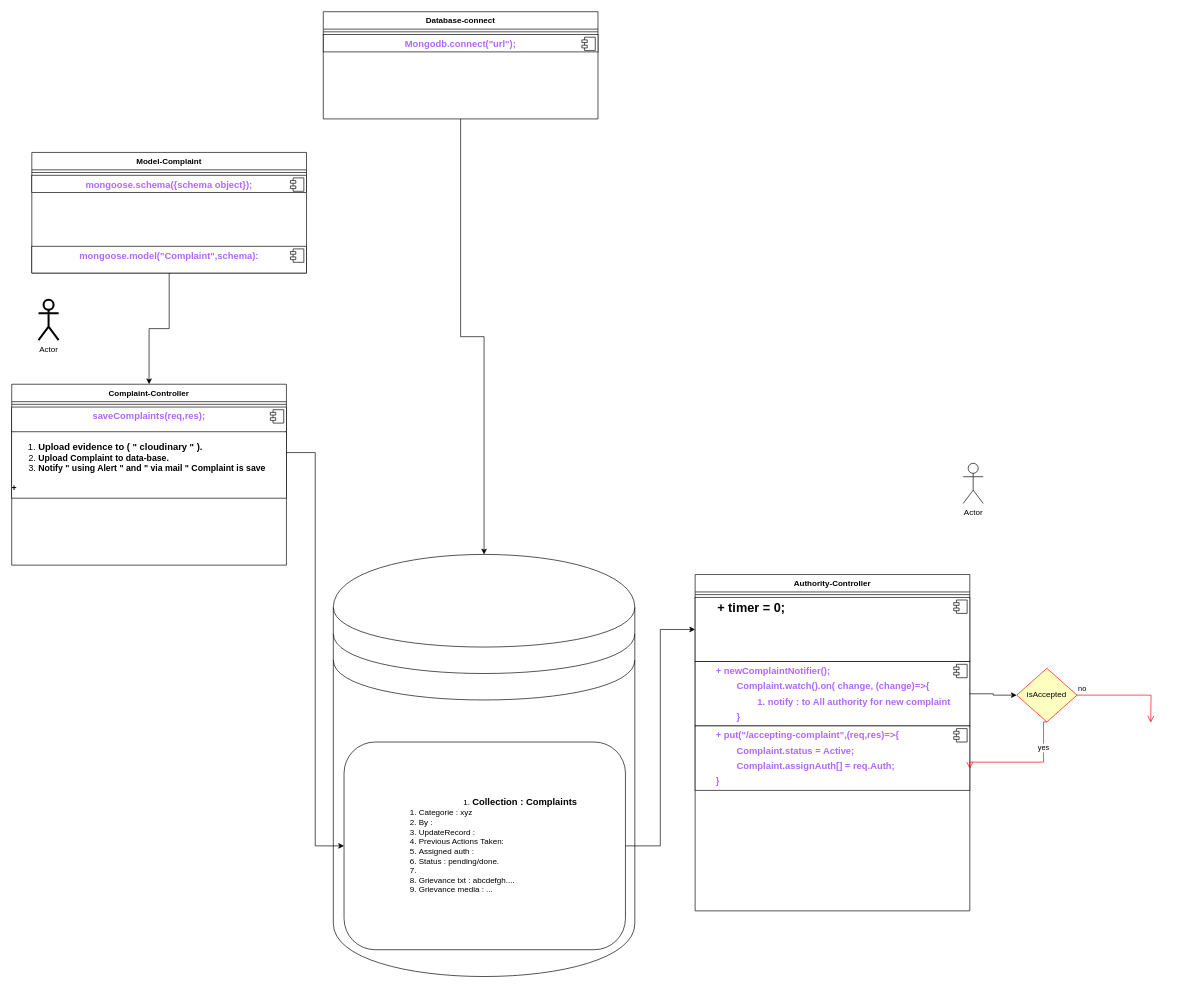
Earlier version of the draw.io diagram Grievance.drawio (sahil-verma-9696/clg-proj). Source tidied: cells renumbered, new cells numbered last; positions are measured from the earlier drawing's top-left corner, leaving out a move shared by most shapes. Both pictures are drawn from the tidied source at 67%, with x=0, y=0 at pixel (11, 11).
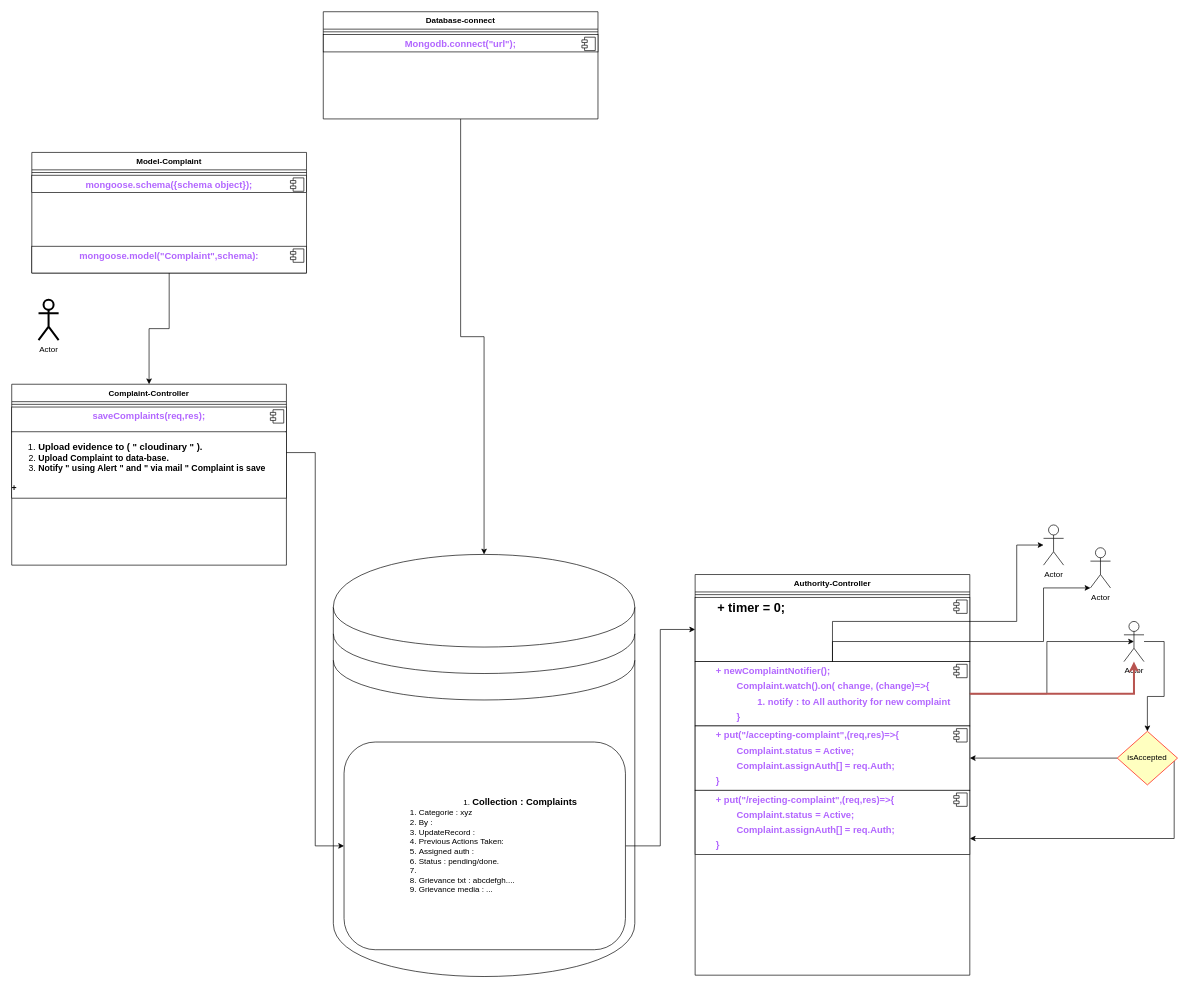
The same page after the edit.

The change refers to these unchanged cells:
```xml
<mxCell id="33" value="&lt;p style=&quot;margin: 6px 0px 0px;&quot;&gt;&lt;font color=&quot;#b266ff&quot;&gt;&lt;span style=&quot;font-size: 14px;&quot;&gt;&lt;b&gt;&lt;span style=&quot;white-space: pre;&quot;&gt;&#9;&lt;/span&gt;+ newComplaintNotifier();&lt;/b&gt;&lt;/span&gt;&lt;/font&gt;&lt;/p&gt;&lt;p style=&quot;margin: 6px 0px 0px;&quot;&gt;&lt;b style=&quot;font-size: 14px; color: rgb(178, 102, 255); background-color: initial;&quot;&gt;&lt;span style=&quot;white-space: pre;&quot;&gt;&#9;&lt;/span&gt;&lt;span style=&quot;white-space: pre;&quot;&gt;&#9;&lt;/span&gt;Complaint.watch().on( change, (change)=&amp;gt;{&lt;/b&gt;&lt;/p&gt;&lt;p style=&quot;margin: 6px 0px 0px;&quot;&gt;&lt;b style=&quot;font-size: 14px; color: rgb(178, 102, 255); background-color: initial;&quot;&gt;&lt;span style=&quot;white-space: pre;&quot;&gt;&#9;&lt;/span&gt;&lt;span style=&quot;white-space: pre;&quot;&gt;&#9;&lt;/span&gt;&lt;span style=&quot;white-space: pre;&quot;&gt;&#9;&lt;/span&gt;1. notify : to All authority for new complaint&lt;/b&gt;&lt;/p&gt;&lt;p style=&quot;margin: 6px 0px 0px;&quot;&gt;&lt;b style=&quot;font-size: 14px; color: rgb(178, 102, 255); background-color: initial;&quot;&gt;&lt;span style=&quot;white-space: pre;&quot;&gt;&#9;&lt;/span&gt;&lt;span style=&quot;white-space: pre;&quot;&gt;&#9;&lt;/span&gt;}&lt;/b&gt;&lt;/p&gt;&lt;p style=&quot;text-align: left; margin: 6px 0px 0px;&quot;&gt;&lt;/p&gt;&lt;p style=&quot;text-align: left; margin: 6px 0px 0px;&quot;&gt;&lt;/p&gt;&lt;p style=&quot;text-align: left; margin: 6px 0px 0px;&quot;&gt;&lt;/p&gt;" style="align=left;overflow=fill;html=1;whiteSpace=wrap;" parent="28" vertex="1">
  <mxGeometry y="130" width="410" height="96" as="geometry" />
</mxCell>
<mxCell id="35" value="&lt;p style=&quot;text-align: left; margin: 6px 0px 0px;&quot;&gt;&lt;font color=&quot;#b266ff&quot;&gt;&lt;span style=&quot;font-size: 14px;&quot;&gt;&lt;b&gt;&lt;span style=&quot;white-space: pre;&quot;&gt;&#9;&lt;/span&gt;+ put(&quot;/accepting-complaint&quot;,(req,res)=&amp;gt;{&lt;/b&gt;&lt;/span&gt;&lt;/font&gt;&lt;/p&gt;&lt;p style=&quot;text-align: left; margin: 6px 0px 0px;&quot;&gt;&lt;font color=&quot;#b266ff&quot;&gt;&lt;span style=&quot;font-size: 14px;&quot;&gt;&lt;b&gt;&lt;span style=&quot;white-space: pre;&quot;&gt;&#9;&lt;/span&gt;&lt;span style=&quot;white-space: pre;&quot;&gt;&#9;&lt;/span&gt;Complaint.status = Active;&lt;br&gt;&lt;/b&gt;&lt;/span&gt;&lt;/font&gt;&lt;/p&gt;&lt;p style=&quot;text-align: left; margin: 6px 0px 0px;&quot;&gt;&lt;font color=&quot;#b266ff&quot;&gt;&lt;span style=&quot;font-size: 14px;&quot;&gt;&lt;b&gt;&lt;span style=&quot;white-space: pre;&quot;&gt;&#9;&lt;/span&gt;&lt;span style=&quot;white-space: pre;&quot;&gt;&#9;&lt;/span&gt;Complaint.assignAuth[] = req.Auth;&lt;br&gt;&lt;/b&gt;&lt;/span&gt;&lt;/font&gt;&lt;/p&gt;&lt;p style=&quot;text-align: left; margin: 6px 0px 0px;&quot;&gt;&lt;font color=&quot;#b266ff&quot;&gt;&lt;span style=&quot;font-size: 14px;&quot;&gt;&lt;b&gt;&lt;span style=&quot;white-space: pre;&quot;&gt;&#9;&lt;/span&gt;}&lt;/b&gt;&lt;/span&gt;&lt;/font&gt;&lt;/p&gt;&lt;p style=&quot;text-align: left; margin: 6px 0px 0px;&quot;&gt;&lt;/p&gt;&lt;p style=&quot;text-align: left; margin: 6px 0px 0px;&quot;&gt;&lt;/p&gt;&lt;p style=&quot;text-align: left; margin: 6px 0px 0px;&quot;&gt;&lt;/p&gt;" style="align=left;overflow=fill;html=1;whiteSpace=wrap;" parent="28" vertex="1">
  <mxGeometry y="226" width="410" height="96" as="geometry" />
</mxCell>
```

Diff of the diagram source:
```diff
@@
     <mxCell id="28" value="&lt;font style=&quot;font-size: 12px;&quot;&gt;Authority-Controller&lt;/font&gt;" style="swimlane;fontStyle=1;align=center;verticalAlign=top;horizontal=1;startSize=26;whiteSpace=wrap;html=1;" parent="1" vertex="1">
-      <mxGeometry x="1020" y="840" width="410" height="502" as="geometry" />
+      <mxGeometry x="1020" y="840" width="410" height="598" as="geometry" />
     </mxCell>
@@
+    <mxCell id="44" value="&lt;p style=&quot;text-align: left; margin: 6px 0px 0px;&quot;&gt;&lt;font color=&quot;#b266ff&quot;&gt;&lt;span style=&quot;font-size: 14px;&quot;&gt;&lt;b&gt;&lt;span style=&quot;white-space: pre;&quot;&gt;&#9;&lt;/span&gt;+ put(&quot;/rejecting-complaint&quot;,(req,res)=&amp;gt;{&lt;/b&gt;&lt;/span&gt;&lt;/font&gt;&lt;/p&gt;&lt;p style=&quot;text-align: left; margin: 6px 0px 0px;&quot;&gt;&lt;font color=&quot;#b266ff&quot;&gt;&lt;span style=&quot;font-size: 14px;&quot;&gt;&lt;b&gt;&lt;span style=&quot;white-space: pre;&quot;&gt;&#9;&lt;/span&gt;&lt;span style=&quot;white-space: pre;&quot;&gt;&#9;&lt;/span&gt;Complaint.status = Active;&lt;br&gt;&lt;/b&gt;&lt;/span&gt;&lt;/font&gt;&lt;/p&gt;&lt;p style=&quot;text-align: left; margin: 6px 0px 0px;&quot;&gt;&lt;font color=&quot;#b266ff&quot;&gt;&lt;span style=&quot;font-size: 14px;&quot;&gt;&lt;b&gt;&lt;span style=&quot;white-space: pre;&quot;&gt;&#9;&lt;/span&gt;&lt;span style=&quot;white-space: pre;&quot;&gt;&#9;&lt;/span&gt;Complaint.assignAuth[] = req.Auth;&lt;br&gt;&lt;/b&gt;&lt;/span&gt;&lt;/font&gt;&lt;/p&gt;&lt;p style=&quot;text-align: left; margin: 6px 0px 0px;&quot;&gt;&lt;font color=&quot;#b266ff&quot;&gt;&lt;span style=&quot;font-size: 14px;&quot;&gt;&lt;b&gt;&lt;span style=&quot;white-space: pre;&quot;&gt;&#9;&lt;/span&gt;}&lt;/b&gt;&lt;/span&gt;&lt;/font&gt;&lt;/p&gt;&lt;p style=&quot;text-align: left; margin: 6px 0px 0px;&quot;&gt;&lt;/p&gt;&lt;p style=&quot;text-align: left; margin: 6px 0px 0px;&quot;&gt;&lt;/p&gt;&lt;p style=&quot;text-align: left; margin: 6px 0px 0px;&quot;&gt;&lt;/p&gt;" style="align=left;overflow=fill;html=1;whiteSpace=wrap;" parent="28" vertex="1">
+      <mxGeometry y="322" width="410" height="96" as="geometry" />
+    </mxCell>
+    <mxCell id="45" style="shape=component;jettyWidth=8;jettyHeight=4;" parent="44" vertex="1">
+      <mxGeometry x="1" width="20" height="20" relative="1" as="geometry">
+        <mxPoint x="-24" y="4" as="offset" />
+      </mxGeometry>
+    </mxCell>
     <mxCell id="37" value="&lt;div style=&quot;&quot;&gt;&lt;div&gt;&lt;span style=&quot;font-size: 14px;&quot;&gt;&lt;br&gt;&lt;/span&gt;&lt;/div&gt;&lt;/div&gt;" style="text;strokeColor=none;fillColor=none;align=left;verticalAlign=top;spacingLeft=4;spacingRight=4;overflow=hidden;points=[[0,0.5],[1,0.5]];portConstraint=eastwest;whiteSpace=wrap;html=1;" parent="28" vertex="1">
-      <mxGeometry y="322" width="410" height="180" as="geometry" />
+      <mxGeometry y="418" width="410" height="180" as="geometry" />
     </mxCell>
@@
     <mxCell id="39" value="Actor" style="shape=umlActor;verticalLabelPosition=bottom;verticalAlign=top;html=1;outlineConnect=0;" parent="1" vertex="1">
-      <mxGeometry x="1420" y="674" width="30" height="60" as="geometry" />
+      <mxGeometry x="1540" y="766" width="30" height="60" as="geometry" />
     </mxCell>
+    <mxCell id="46" style="edgeStyle=orthogonalEdgeStyle;rounded=0;jettySize=auto;html=1;" parent="1" edge="1" source="40" target="35">
+      <mxGeometry relative="1" as="geometry" />
+    </mxCell>
+    <mxCell id="47" style="edgeStyle=orthogonalEdgeStyle;rounded=0;jettySize=auto;html=1;entryX=1;entryY=0.75;entryDx=0;entryDy=0;" parent="1" edge="1" source="40" target="44">
+      <mxGeometry relative="1" as="geometry">
+        <Array as="points">
+          <mxPoint x="1735" y="1234" />
+        </Array>
+      </mxGeometry>
+    </mxCell>
     <mxCell id="40" value="isAccepted" style="rhombus;whiteSpace=wrap;html=1;fontColor=#000000;fillColor=#ffffc0;strokeColor=#ff0000;" parent="1" vertex="1">
-      <mxGeometry x="1500" y="980" width="90" height="80" as="geometry" />
+      <mxGeometry x="1650" y="1074" width="90" height="80" as="geometry" />
     </mxCell>
-    <mxCell id="41" value="no" style="edgeStyle=orthogonalEdgeStyle;html=1;align=left;verticalAlign=bottom;endArrow=open;endSize=8;strokeColor=#ff0000;rounded=0;" parent="1" edge="1" source="40">
-      <mxGeometry x="-1" relative="1" as="geometry">
-        <mxPoint x="1700" y="1061" as="targetPoint" />
-      </mxGeometry>
-    </mxCell>
-    <mxCell id="42" value="yes" style="edgeStyle=orthogonalEdgeStyle;html=1;align=left;verticalAlign=top;endArrow=open;endSize=8;strokeColor=#ff0000;rounded=0;exitX=0.5;exitY=1;exitDx=0;exitDy=0;" parent="1" edge="1" source="40">
-      <mxGeometry x="-0.66" y="-10" relative="1" as="geometry">
-        <mxPoint x="1430" y="1130" as="targetPoint" />
-        <Array as="points">
-          <mxPoint x="1540" y="1120" />
-          <mxPoint x="1430" y="1120" />
-        </Array>
-      </mxGeometry>
-    </mxCell>
-    <mxCell id="43" style="edgeStyle=orthogonalEdgeStyle;rounded=0;jettySize=auto;html=1;entryX=0;entryY=0.5;entryDx=0;entryDy=0;" parent="1" edge="1" source="33" target="40">
-      <mxGeometry relative="1" as="geometry" />
-    </mxCell>
+    <mxCell id="48" style="edgeStyle=orthogonalEdgeStyle;rounded=0;jettySize=auto;html=1;entryX=0.5;entryY=0;entryDx=0;entryDy=0;" parent="1" edge="1" source="49" target="40">
+      <mxGeometry relative="1" as="geometry">
+        <Array as="points">
+          <mxPoint x="1720" y="940" />
+          <mxPoint x="1720" y="1022" />
+          <mxPoint x="1695" y="1022" />
+        </Array>
+      </mxGeometry>
+    </mxCell>
+    <mxCell id="49" value="Actor" style="shape=umlActor;verticalLabelPosition=bottom;verticalAlign=top;html=1;outlineConnect=0;" parent="1" vertex="1">
+      <mxGeometry x="1660" y="910" width="30" height="60" as="geometry" />
+    </mxCell>
+    <mxCell id="50" value="Actor" style="shape=umlActor;verticalLabelPosition=bottom;verticalAlign=top;html=1;outlineConnect=0;" parent="1" vertex="1">
+      <mxGeometry x="1610" y="800" width="30" height="60" as="geometry" />
+    </mxCell>
+    <mxCell id="51" style="edgeStyle=orthogonalEdgeStyle;rounded=0;jettySize=auto;html=1;entryX=0;entryY=1;entryDx=0;entryDy=0;entryPerimeter=0;" parent="1" edge="1" source="33" target="50">
+      <mxGeometry relative="1" as="geometry">
+        <Array as="points">
+          <mxPoint x="1225" y="940" />
+          <mxPoint x="1540" y="940" />
+          <mxPoint x="1540" y="860" />
+        </Array>
+      </mxGeometry>
+    </mxCell>
+    <mxCell id="52" style="edgeStyle=orthogonalEdgeStyle;rounded=0;jettySize=auto;html=1;" parent="1" edge="1" source="33" target="39">
+      <mxGeometry relative="1" as="geometry">
+        <Array as="points">
+          <mxPoint x="1225" y="910" />
+          <mxPoint x="1500" y="910" />
+          <mxPoint x="1500" y="796" />
+        </Array>
+      </mxGeometry>
+    </mxCell>
+    <mxCell id="53" style="edgeStyle=orthogonalEdgeStyle;rounded=0;jettySize=auto;html=1;entryX=0.5;entryY=0.5;entryDx=0;entryDy=0;entryPerimeter=0;" parent="1" edge="1" source="33" target="49">
+      <mxGeometry relative="1" as="geometry" />
+    </mxCell>
+    <mxCell id="54" style="edgeStyle=orthogonalEdgeStyle;rounded=0;jettySize=auto;html=1;fillColor=#f8cecc;strokeColor=#b85450;strokeWidth=3;" parent="1" edge="1" source="33" target="49">
+      <mxGeometry relative="1" as="geometry">
+        <Array as="points">
+          <mxPoint x="1675" y="1018" />
+        </Array>
+      </mxGeometry>
+    </mxCell>
```
